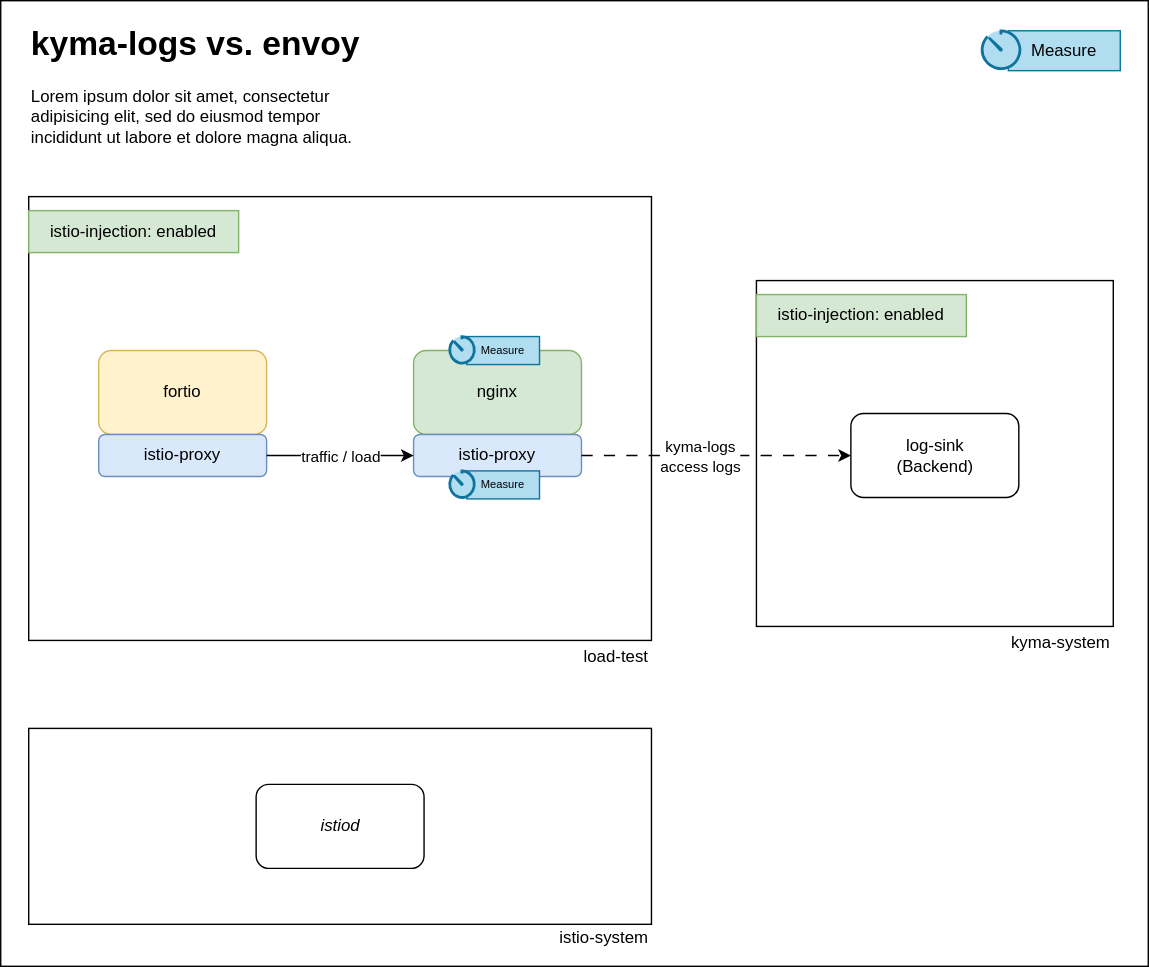
TeodorSAP/playground keeps this draw.io diagram as telemetry-manager/istio-access-logs/load-test-architecture.drawio.svg. Above is the earlier version. Source tidied: cells renumbered, new cells last; positions are measured from the earlier drawing's top-left corner, leaving out a move shared by most shapes.
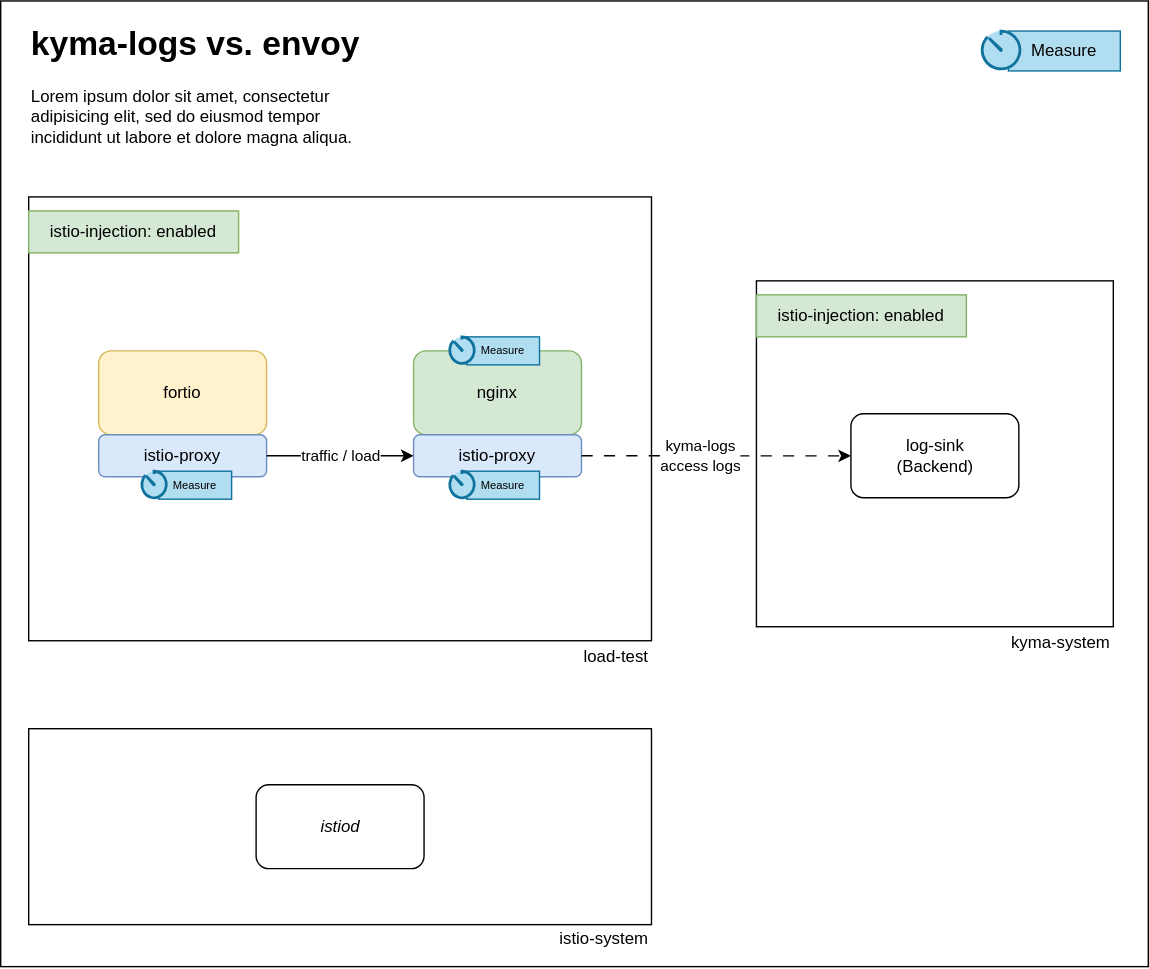
Later version of the same file.

Change to the diagram source:
```diff
@@ -103,5 +103,14 @@
     <mxCell id="32" style="html=1;verticalLabelPosition=bottom;align=center;labelBackgroundColor=#ffffff;verticalAlign=top;strokeWidth=2;shadow=0;dashed=0;shape=mxgraph.ios7.icons.gauge;fillColor=#b1ddf0;strokeColor=#10739e;" parent="30" vertex="1">
       <mxGeometry width="29.3" height="28.5" as="geometry" />
     </mxCell>
+    <mxCell id="33" style="group;fontSize=6;" parent="1" vertex="1">
+      <mxGeometry x="100" y="336" width="65" height="20" as="geometry" />
+    </mxCell>
+    <mxCell id="34" value="Measure" style="text;html=1;align=center;verticalAlign=middle;whiteSpace=wrap;rounded=0;fillColor=#b1ddf0;strokeColor=#10739e;fontSize=8;" parent="33" vertex="1">
+      <mxGeometry x="13" width="52" height="20" as="geometry" />
+    </mxCell>
+    <mxCell id="35" style="html=1;verticalLabelPosition=bottom;align=center;labelBackgroundColor=#ffffff;verticalAlign=top;strokeWidth=2;shadow=0;dashed=0;shape=mxgraph.ios7.icons.gauge;fillColor=#b1ddf0;strokeColor=#10739e;" parent="33" vertex="1">
+      <mxGeometry width="19.1" height="20" as="geometry" />
+    </mxCell>
   </root>
 </mxGraphModel>
```
